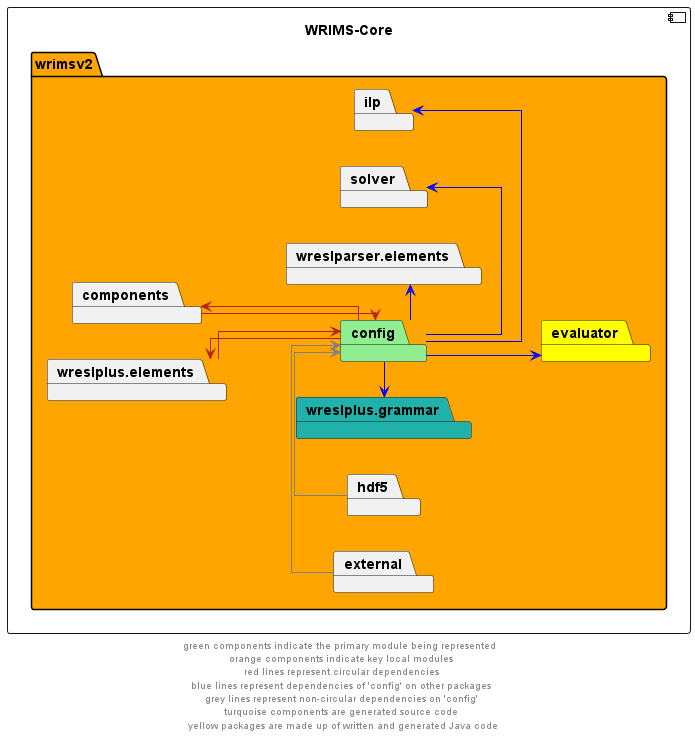
Above: docs/diagrams/wrims-core/wrims-core_config.png in CentralValleyModeling/wrims-engine (PlantUML), before the change. Its diagram source:
```plantuml
@startuml
left to right direction
skinparam linetype ortho

component wrims_core as "WRIMS-Core" {
    package wrimsv2 #orange {
        package config #lightgreen
        package components
        package evaluator #yellow
        package external
        package hdf5
        package ilp
        package solver
        package wreslparser.elements
        package wreslplus.elements
        package wreslplus.grammar #lightseagreen
    }
}

config --> components #firebrick
components --> config #firebrick
config -l->  wreslplus.elements #firebrick
wreslplus.elements --> config #firebrick

config -d->  evaluator #blue
config -r->  ilp #blue
config -r->  solver #blue
config -r->  wreslparser.elements #blue
config -l->  wreslplus.grammar #blue

hdf5 -> config #grey
external -> config #grey

config -r[hidden]-> evaluator
components -r[hidden]-> config
wreslparser.elements -d[hidden]-> components
wreslparser.elements -r[hidden]-> evaluator

footer "green components indicate the primary module being represented \n orange components indicate key local modules \n red lines represent circular dependencies \n blue lines represent dependencies of 'config' on other packages \n grey lines represent non-circular dependencies on 'config' \n turquoise components are generated source code \n yellow packages are made up of written and generated Java code"
@enduml
```
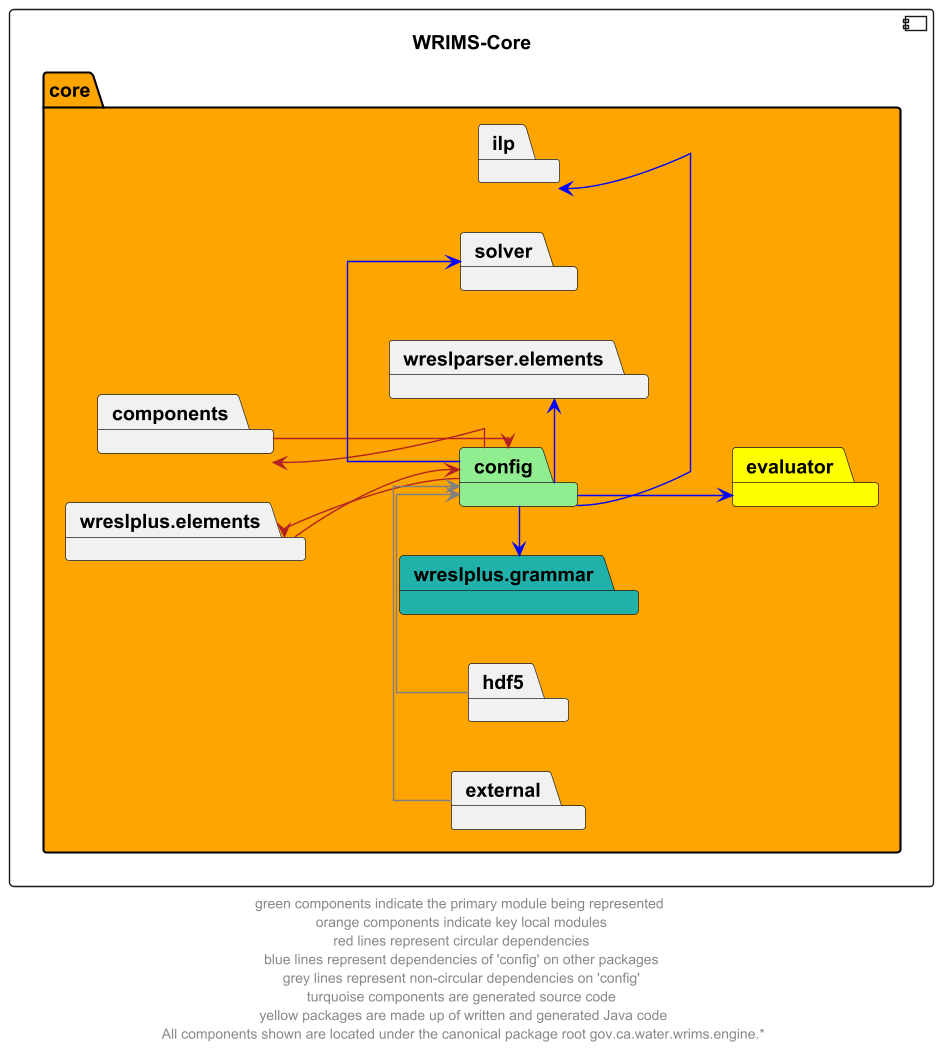
Later version of the same file.

The edit, as a diff of the source:
```diff
@@ -3,7 +3,7 @@
 skinparam linetype ortho
 
 component wrims_core as "WRIMS-Core" {
-    package wrimsv2 #orange {
+    package core #orange {
         package config #lightgreen
         package components
         package evaluator #yellow
@@ -36,5 +36,5 @@
 wreslparser.elements -d[hidden]-> components
 wreslparser.elements -r[hidden]-> evaluator
 
-footer "green components indicate the primary module being represented \n orange components indicate key local modules \n red lines represent circular dependencies \n blue lines represent dependencies of 'config' on other packages \n grey lines represent non-circular dependencies on 'config' \n turquoise components are generated source code \n yellow packages are made up of written and generated Java code"
+footer "green components indicate the primary module being represented \n orange components indicate key local modules \n red lines represent circular dependencies \n blue lines represent dependencies of 'config' on other packages \n grey lines represent non-circular dependencies on 'config' \n turquoise components are generated source code \n yellow packages are made up of written and generated Java code\n All components shown are located under the canonical package root gov.ca.water.wrims.engine.*"
 @enduml
```
